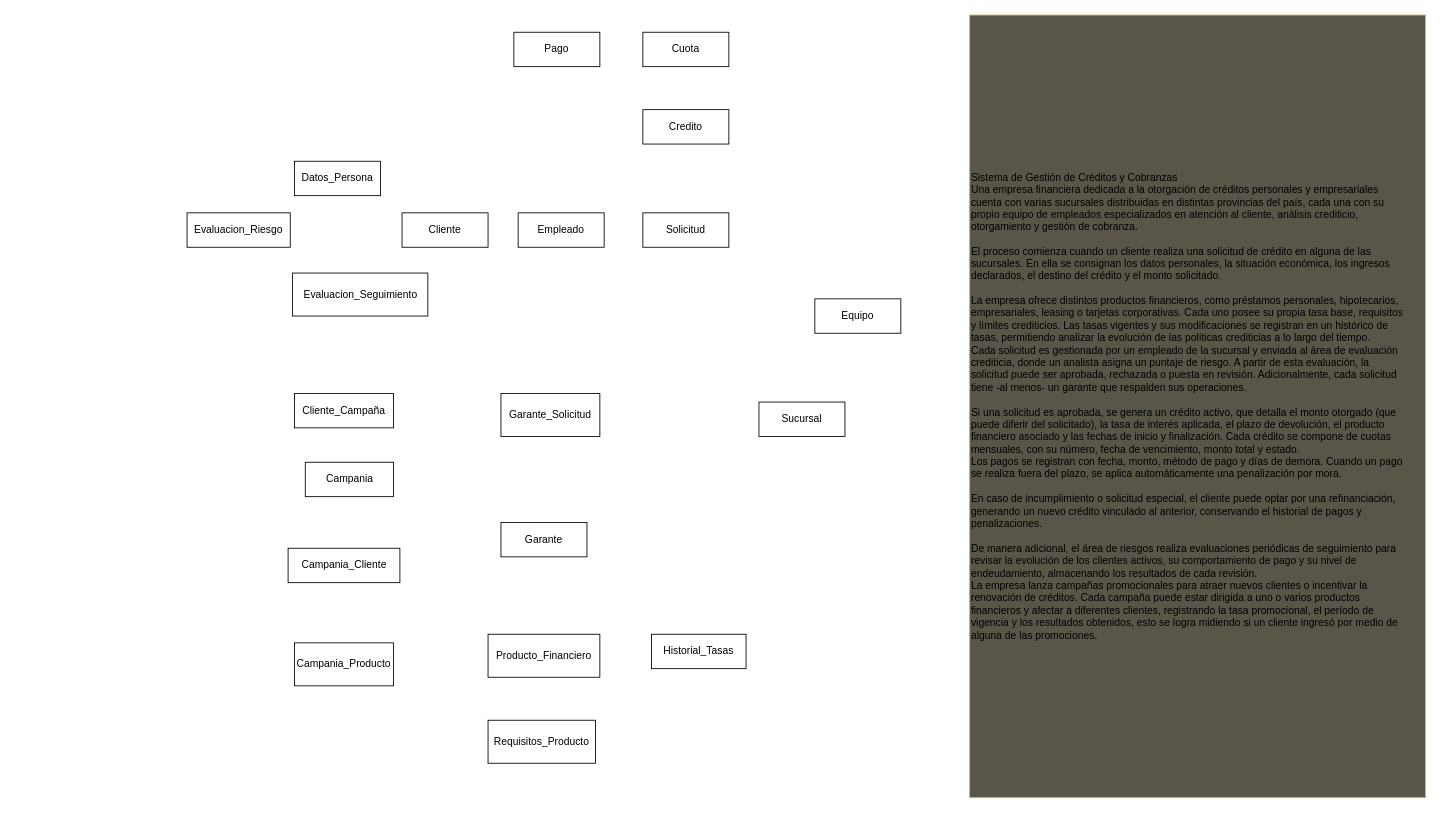
Before: Documentación/Diagramas/DER.drawio in Renzoegt/Integrador_BasesDeDatos, a draw.io diagram. Source tidied: cells renumbered, new cells numbered last; positions are measured from the earlier drawing's top-left corner, leaving out a move shared by most shapes. Both pictures are drawn from the tidied source at 86%, with x=0, y=0 at pixel (187, 15).
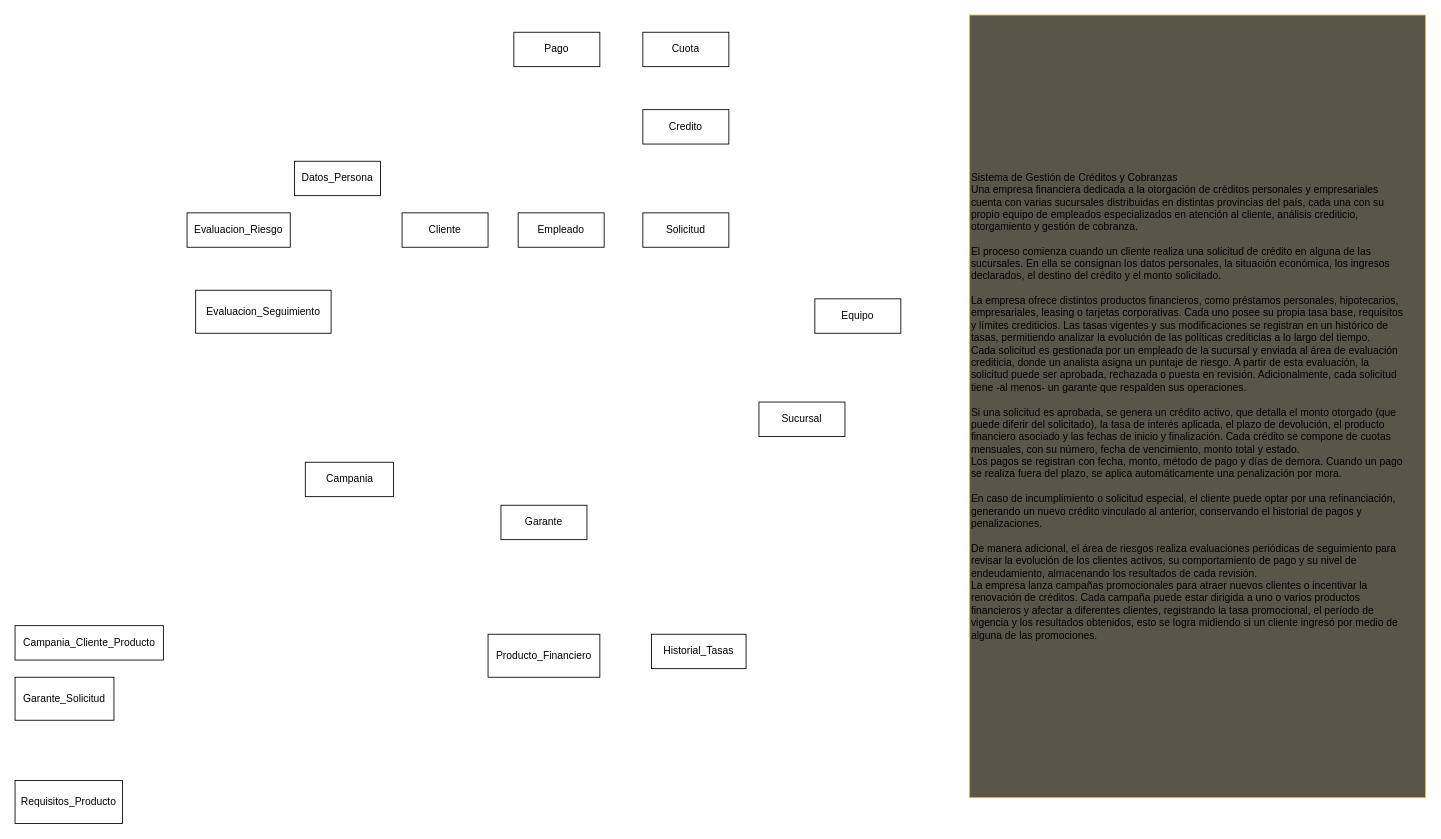
The same page after the edit.

Commit message:
Mini cambios

Diff of the diagram source:
```diff
@@
     <mxCell id="7" value="Garante_Solicitud" style="whiteSpace=wrap;html=1;align=center;" parent="1" vertex="1">
-      <mxGeometry x="365" y="440" width="115" height="50" as="geometry" />
+      <mxGeometry x="-200" y="770" width="115" height="50" as="geometry" />
     </mxCell>
     <mxCell id="8" value="Garante" style="whiteSpace=wrap;html=1;align=center;" parent="1" vertex="1">
-      <mxGeometry x="365" y="590" width="100" height="40" as="geometry" />
+      <mxGeometry x="365" y="570" width="100" height="40" as="geometry" />
     </mxCell>
@@
-    <mxCell id="10" value="Cliente_Campaña" style="whiteSpace=wrap;html=1;align=center;" parent="1" vertex="1">
-      <mxGeometry x="125" y="440" width="115" height="40" as="geometry" />
-    </mxCell>
-    <mxCell id="11" value="Campania_Cliente" style="whiteSpace=wrap;html=1;align=center;" parent="1" vertex="1">
-      <mxGeometry x="117.5" y="620" width="130" height="40" as="geometry" />
+    <mxCell id="11" value="Campania_Cliente_Producto" style="whiteSpace=wrap;html=1;align=center;" parent="1" vertex="1">
+      <mxGeometry x="-200" y="710" width="172.5" height="40" as="geometry" />
     </mxCell>
-    <mxCell id="12" value="Campania_Producto" style="whiteSpace=wrap;html=1;align=center;" parent="1" vertex="1">
-      <mxGeometry x="125" y="730" width="115" height="50" as="geometry" />
-    </mxCell>
@@
     <mxCell id="20" value="Requisitos_Producto" style="whiteSpace=wrap;html=1;align=center;" parent="1" vertex="1">
-      <mxGeometry x="350" y="820" width="125" height="50" as="geometry" />
+      <mxGeometry x="-200" y="890" width="125" height="50" as="geometry" />
     </mxCell>
     <mxCell id="21" value="Evaluacion_Seguimiento" style="whiteSpace=wrap;html=1;align=center;" parent="1" vertex="1">
-      <mxGeometry x="122.5" y="300" width="157.5" height="50" as="geometry" />
+      <mxGeometry x="10" y="320" width="157.5" height="50" as="geometry" />
     </mxCell>
```
